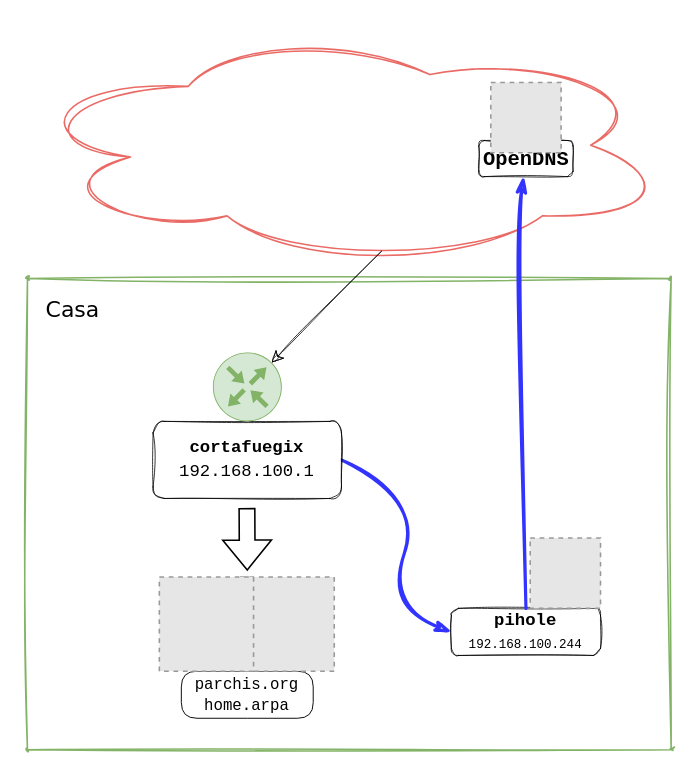
This is docs/assets/img/posts/2023-12-21-dnsmasq.drawio from LuisPalacios/LuisPalacios.github.io, a draw.io file, before an edit. Source tidied: cells renumbered, new cells numbered last; positions are measured from the earlier drawing's top-left corner, leaving out a move shared by most shapes. Both pictures are drawn from the tidied source at 157%, with x=0, y=0 at pixel (27, 27). Pictures stored in the file or linked from it are replaced by grey dashed boxes.
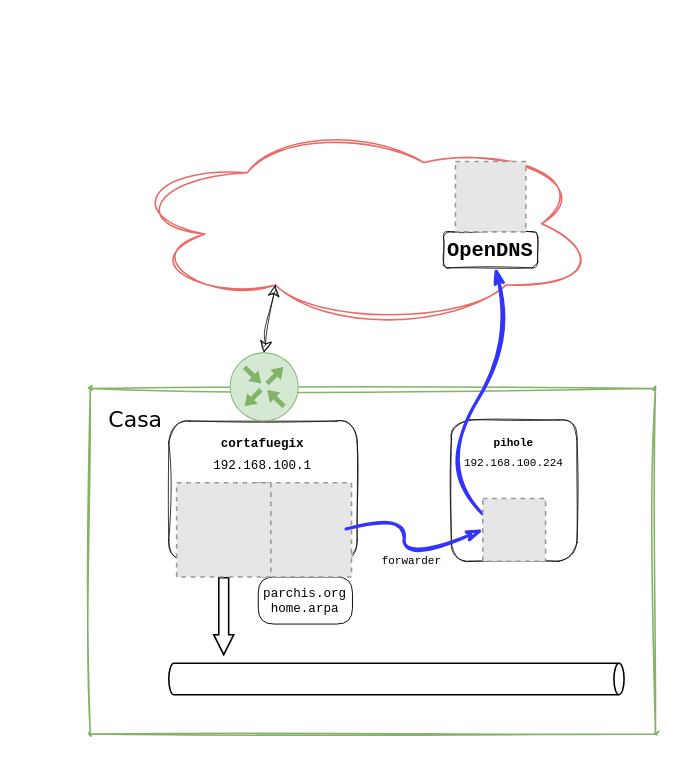
The same page after the edit.

The edit, as a diff of the source:
```diff
@@
     <mxCell id="2" style="ellipse;shape=cloud;whiteSpace=wrap;html=1;fillColor=none;strokeColor=#EA6B66;fontSize=16;sketch=1;curveFitting=1;jiggle=2;fontFamily=Verdana;labelPosition=center;verticalLabelPosition=middle;align=center;verticalAlign=middle;" parent="1" vertex="1">
-      <mxGeometry width="410" height="150" as="geometry" />
+      <mxGeometry x="65" y="60" width="300" height="130" as="geometry" />
     </mxCell>
     <mxCell id="3" value="Casa" style="rounded=1;whiteSpace=wrap;html=1;align=left;spacingLeft=12;spacingTop=7;spacing=0;fontSize=14;fillColor=none;strokeColor=#82b366;verticalAlign=top;arcSize=0;strokeWidth=1;fontFamily=Verdana;sketch=1;curveFitting=1;jiggle=2;shadow=0;glass=0;fillStyle=auto;" parent="1" vertex="1">
-      <mxGeometry y="159.9" width="410" height="300.1" as="geometry" />
+      <mxGeometry x="40" y="230" width="360" height="220" as="geometry" />
     </mxCell>
-    <mxCell id="4" value="&lt;div style=&quot;font-size: 10px;&quot;&gt;&lt;font face=&quot;Courier New&quot;&gt;parchis.org&lt;/font&gt;&lt;/div&gt;&lt;div style=&quot;font-size: 10px;&quot;&gt;&lt;font face=&quot;Courier New&quot;&gt;home.arpa&lt;/font&gt;&lt;/div&gt;" style="shape=parallelogram;perimeter=parallelogramPerimeter;whiteSpace=wrap;html=1;fixedSize=1;size=0;rounded=1;fontSize=10;strokeWidth=0.6;labelPosition=center;verticalLabelPosition=middle;align=center;verticalAlign=middle;" parent="1" vertex="1">
-      <mxGeometry x="98" y="410" width="84" height="30" as="geometry" />
+    <mxCell id="4" value="&lt;div&gt;&lt;font face=&quot;Courier New&quot;&gt;parchis.org&lt;/font&gt;&lt;/div&gt;&lt;div&gt;&lt;font face=&quot;Courier New&quot;&gt;home.arpa&lt;/font&gt;&lt;/div&gt;" style="shape=parallelogram;perimeter=parallelogramPerimeter;whiteSpace=wrap;html=1;fixedSize=1;size=0;rounded=1;fontSize=8;strokeWidth=0.6;labelPosition=center;verticalLabelPosition=middle;align=center;verticalAlign=middle;" parent="1" vertex="1">
+      <mxGeometry x="147" y="350" width="60" height="30" as="geometry" />
     </mxCell>
-    <mxCell id="5" style="rounded=0;jettySize=auto;html=1;startArrow=classic;startFill=1;startSize=6;endSize=2;endArrow=none;endFill=0;exitX=0.8555;exitY=0.145;exitDx=0;exitDy=0;sketch=1;curveFitting=1;jiggle=1;entryX=0.55;entryY=0.95;entryDx=0;entryDy=0;entryPerimeter=0;strokeWidth=0.5;exitPerimeter=0;sourcePerimeterSpacing=5;" parent="1" edge="1" source="9" target="2">
-      <mxGeometry relative="1" as="geometry" />
-    </mxCell>
-    <mxCell id="6" style="endArrow=none;html=1;curved=1;strokeColor=#3333FF;strokeWidth=2;sketch=1;curveFitting=1;jiggle=1;exitX=0;exitY=0.5;exitDx=0;exitDy=0;startArrow=classicThin;startFill=1;endFill=0;entryX=1;entryY=0.5;entryDx=0;entryDy=0;" parent="1" edge="1" source="13" target="8">
-      <mxGeometry relative="1" as="geometry">
-        <Array as="points">
-          <mxPoint x="230" y="370" />
-          <mxPoint x="250" y="300" />
-        </Array>
-      </mxGeometry>
-    </mxCell>
-    <mxCell id="7" style="group;" parent="1" vertex="1">
-      <mxGeometry x="80" y="220" width="120" height="80" as="geometry" />
-    </mxCell>
-    <mxCell id="8" value="&lt;div&gt;&lt;span style=&quot;background-color: initial; font-family: &amp;quot;Courier New&amp;quot;;&quot;&gt;&lt;b&gt;cortafuegix&lt;/b&gt;&lt;/span&gt;&lt;/div&gt;&lt;div&gt;&lt;span style=&quot;background-color: initial; font-family: &amp;quot;Courier New&amp;quot;;&quot;&gt;192.168.100.1&lt;/span&gt;&lt;br&gt;&lt;/div&gt;" style="rounded=1;whiteSpace=wrap;html=1;fontSize=11;sketch=1;curveFitting=1;jiggle=1;strokeWidth=0.5;" parent="7" vertex="1">
-      <mxGeometry y="30.9" width="120" height="49.1" as="geometry" />
-    </mxCell>
-    <mxCell id="9" style="points=[[0.5,0,0],[1,0.5,0],[0.5,1,0],[0,0.5,0],[0.145,0.145,0],[0.8555,0.145,0],[0.855,0.8555,0],[0.145,0.855,0]];verticalLabelPosition=middle;html=1;verticalAlign=middle;align=right;shape=mxgraph.cisco19.rect;prIcon=router;fillColor=#d5e8d4;strokeColor=#82b366;fontSize=15;fontFamily=Verdana;spacing=5;labelPosition=left;" parent="7" vertex="1">
-      <mxGeometry x="38.1" y="-13" width="43.9" height="43.9" as="geometry" />
-    </mxCell>
-    <mxCell id="10" style="group;" parent="1" vertex="1">
-      <mxGeometry x="84" y="350" width="111.4" height="60" as="geometry" />
-    </mxCell>
-    <mxCell id="11" style="fillColor=#E6E6E6;strokeColor=#999999;dashed=1;verticalLabelPosition=bottom;labelBackgroundColor=default;verticalAlign=top;" parent="10" vertex="1">
-      <mxGeometry x="51.4" width="60" height="60" as="geometry" />
-    </mxCell>
-    <mxCell id="12" style="fillColor=#E6E6E6;strokeColor=#999999;dashed=1;verticalLabelPosition=bottom;labelBackgroundColor=default;verticalAlign=top;" parent="10" vertex="1">
-      <mxGeometry width="60" height="60" as="geometry" />
-    </mxCell>
-    <mxCell id="13" value="&lt;div&gt;&lt;font face=&quot;Courier New&quot;&gt;&lt;b&gt;pihole&lt;/b&gt;&lt;/font&gt;&lt;/div&gt;&lt;div&gt;&lt;span style=&quot;background-color: initial; font-family: &amp;quot;Courier New&amp;quot;;&quot;&gt;&lt;font style=&quot;font-size: 8px;&quot;&gt;192.168.100.244&lt;/font&gt;&lt;/span&gt;&lt;br&gt;&lt;/div&gt;" style="rounded=1;whiteSpace=wrap;html=1;fontSize=11;sketch=1;curveFitting=1;jiggle=1;strokeWidth=0.5;" parent="1" vertex="1">
-      <mxGeometry x="270" y="370" width="95" height="30" as="geometry" />
+    <mxCell id="13" value="&lt;div&gt;&lt;font style=&quot;font-size: 7px;&quot; face=&quot;Courier New&quot;&gt;&lt;b style=&quot;&quot;&gt;pihole&lt;/b&gt;&lt;/font&gt;&lt;/div&gt;&lt;div&gt;&lt;font style=&quot;&quot;&gt;&lt;span style=&quot;background-color: initial; font-family: &amp;quot;Courier New&amp;quot;;&quot;&gt;&lt;font style=&quot;font-size: 7px;&quot;&gt;192.168.100.224&lt;/font&gt;&lt;/span&gt;&lt;/font&gt;&lt;/div&gt;" style="rounded=1;whiteSpace=wrap;html=1;fontSize=11;sketch=1;curveFitting=1;jiggle=1;strokeWidth=0.5;verticalAlign=top;" parent="1" vertex="1">
+      <mxGeometry x="270" y="250" width="80" height="90" as="geometry" />
     </mxCell>
-    <mxCell id="14" style="fillColor=#E6E6E6;strokeColor=#999999;dashed=1;verticalLabelPosition=bottom;labelBackgroundColor=default;verticalAlign=top;" parent="1" vertex="1">
-      <mxGeometry x="320.2" y="325.2" width="44.8" height="44.8" as="geometry" />
-    </mxCell>
     <mxCell id="15" value="&lt;div&gt;&lt;font face=&quot;Courier New&quot;&gt;&lt;b&gt;OpenDNS&lt;/b&gt;&lt;/font&gt;&lt;/div&gt;" style="rounded=1;whiteSpace=wrap;html=1;fontSize=13;sketch=1;curveFitting=1;jiggle=1;strokeWidth=0.5;" parent="1" vertex="1">
-      <mxGeometry x="287.5" y="72" width="60" height="23" as="geometry" />
+      <mxGeometry x="265" y="130.1" width="60" height="23" as="geometry" />
     </mxCell>
-    <mxCell id="16" style="endArrow=none;html=1;curved=1;strokeColor=#3333FF;strokeWidth=2;sketch=1;curveFitting=1;jiggle=1;startArrow=classicThin;startFill=1;endFill=0;entryX=0.5;entryY=0;entryDx=0;entryDy=0;" parent="1" edge="1" source="15" target="13">
+    <mxCell id="16" style="endArrow=none;html=1;curved=1;strokeColor=#3333FF;strokeWidth=2;sketch=1;curveFitting=1;jiggle=1;startArrow=classicThin;startFill=1;endFill=0;entryX=0;entryY=0.25;entryDx=0;entryDy=0;" parent="1" edge="1" source="15" target="21">
       <mxGeometry relative="1" as="geometry">
         <Array as="points">
-          <mxPoint x="310" y="140" />
+          <mxPoint x="310" y="200" />
+          <mxPoint x="260" y="280" />
         </Array>
       </mxGeometry>
     </mxCell>
-    <mxCell id="17" style="shape=flexArrow;endArrow=classic;html=1;rounded=0;" parent="1" edge="1">
+    <mxCell id="17" style="shape=flexArrow;endArrow=classic;html=1;rounded=0;width=6.296296296296296;endSize=3.909259259259259;endWidth=5.435528120713306;exitX=0.5;exitY=1;exitDx=0;exitDy=0;" parent="1" edge="1" source="12">
       <mxGeometry relative="1" as="geometry">
-        <mxPoint x="139.8" y="306" as="sourcePoint" />
-        <mxPoint x="140" y="346" as="targetPoint" />
+        <mxPoint x="125" y="400" as="targetPoint" />
       </mxGeometry>
     </mxCell>
     <mxCell id="18" style="fillColor=#E6E6E6;strokeColor=#999999;dashed=1;verticalLabelPosition=bottom;labelBackgroundColor=default;verticalAlign=top;" parent="1" vertex="1">
-      <mxGeometry x="295.1" y="35" width="44.8" height="44.8" as="geometry" />
+      <mxGeometry x="272.6" y="85.4" width="44.8" height="44.8" as="geometry" />
     </mxCell>
+    <mxCell id="19" style="shape=cylinder3;whiteSpace=wrap;html=1;boundedLbl=1;backgroundOutline=1;size=3.2285853794642208;rotation=90;" parent="1" vertex="1">
+      <mxGeometry x="225" y="270" width="20" height="290" as="geometry" />
+    </mxCell>
+    <mxCell id="8" value="&lt;div&gt;&lt;span style=&quot;background-color: initial; font-family: &amp;quot;Courier New&amp;quot;;&quot;&gt;&lt;b&gt;&lt;font style=&quot;font-size: 8px;&quot;&gt;cortafuegix&lt;/font&gt;&lt;/b&gt;&lt;/span&gt;&lt;/div&gt;&lt;div&gt;&lt;span style=&quot;background-color: initial; font-family: &amp;quot;Courier New&amp;quot;;&quot;&gt;&lt;font style=&quot;font-size: 8px;&quot;&gt;192.168.100.1&lt;/font&gt;&lt;/span&gt;&lt;br&gt;&lt;/div&gt;" style="rounded=1;whiteSpace=wrap;html=1;fontSize=11;sketch=1;curveFitting=1;jiggle=1;strokeWidth=0.5;verticalAlign=top;" parent="1" vertex="1">
+      <mxGeometry x="90" y="250.7" width="120" height="89.3" as="geometry" />
+    </mxCell>
+    <mxCell id="9" style="points=[[0.5,0,0],[1,0.5,0],[0.5,1,0],[0,0.5,0],[0.145,0.145,0],[0.8555,0.145,0],[0.855,0.8555,0],[0.145,0.855,0]];verticalLabelPosition=middle;html=1;verticalAlign=middle;align=right;shape=mxgraph.cisco19.rect;prIcon=router;fillColor=#d5e8d4;strokeColor=#82b366;fontSize=15;fontFamily=Verdana;spacing=5;labelPosition=left;" parent="1" vertex="1">
+      <mxGeometry x="128.8" y="206.9" width="43.9" height="43.9" as="geometry" />
+    </mxCell>
+    <mxCell id="20" style="group;" parent="1" vertex="1">
+      <mxGeometry x="95" y="290" width="111.4" height="60" as="geometry" />
+    </mxCell>
+    <mxCell id="11" style="fillColor=#E6E6E6;strokeColor=#999999;dashed=1;verticalLabelPosition=bottom;labelBackgroundColor=default;verticalAlign=top;" parent="20" vertex="1">
+      <mxGeometry x="51.4" width="60" height="60" as="geometry" />
+    </mxCell>
+    <mxCell id="12" style="fillColor=#E6E6E6;strokeColor=#999999;dashed=1;verticalLabelPosition=bottom;labelBackgroundColor=default;verticalAlign=top;" parent="20" vertex="1">
+      <mxGeometry width="60" height="60" as="geometry" />
+    </mxCell>
+    <mxCell id="21" style="fillColor=#E6E6E6;strokeColor=#999999;dashed=1;verticalLabelPosition=bottom;labelBackgroundColor=default;verticalAlign=top;" parent="1" vertex="1">
+      <mxGeometry x="290" y="300" width="40" height="40" as="geometry" />
+    </mxCell>
+    <mxCell id="22" style="endArrow=none;html=1;curved=1;strokeColor=#3333FF;strokeWidth=2;sketch=1;curveFitting=1;jiggle=1;exitX=0;exitY=0.5;exitDx=0;exitDy=0;startArrow=classicThin;startFill=1;endFill=0;entryX=0.941;entryY=0.49;entryDx=0;entryDy=0;entryPerimeter=0;" parent="1" edge="1" source="21" target="11">
+      <mxGeometry relative="1" as="geometry">
+        <Array as="points">
+          <mxPoint x="240" y="340" />
+          <mxPoint x="240" y="310" />
+        </Array>
+      </mxGeometry>
+    </mxCell>
+    <mxCell id="5" style="rounded=0;jettySize=auto;html=1;startArrow=classic;startFill=1;endArrow=classic;endFill=1;exitX=0.5;exitY=0;exitDx=0;exitDy=0;strokeWidth=0.5;exitPerimeter=0;sourcePerimeterSpacing=5;entryX=0.31;entryY=0.8;entryDx=0;entryDy=0;entryPerimeter=0;sketch=1;curveFitting=1;jiggle=2;targetPerimeterSpacing=2;" parent="1" edge="1" source="9" target="2">
+      <mxGeometry relative="1" as="geometry" />
+    </mxCell>
+    <mxCell id="23" value="&lt;span style=&quot;color: rgb(0, 0, 0); font-family: &amp;quot;Courier New&amp;quot;; font-style: normal; font-variant-ligatures: normal; font-variant-caps: normal; font-weight: 400; letter-spacing: normal; orphans: 2; text-indent: 0px; text-transform: none; widows: 2; word-spacing: 0px; -webkit-text-stroke-width: 0px; white-space: normal; background-color: rgb(251, 251, 251); text-decoration-thickness: initial; text-decoration-style: initial; text-decoration-color: initial; float: none; display: inline !important;&quot;&gt;forwarder&lt;/span&gt;" style="text;whiteSpace=wrap;html=1;align=center;verticalAlign=middle;fontSize=7;" parent="1" vertex="1">
+      <mxGeometry x="225" y="330" width="40" height="20" as="geometry" />
+    </mxCell>
```
